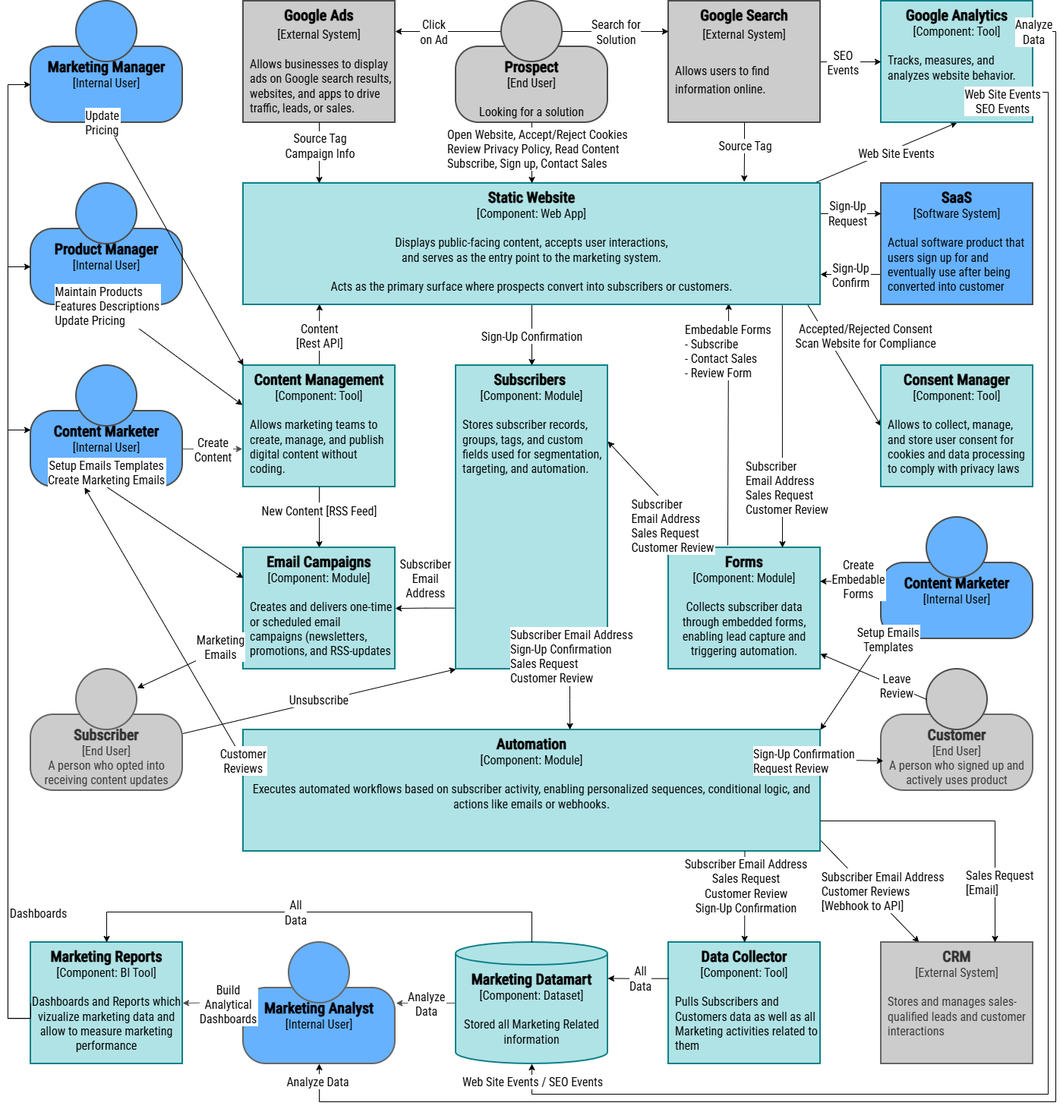
The draw.io diagram chapter-07/figure-7.12.drawio.png in software-architecture-guild/modeling-software-architecture, before a commit. Source tidied: cells renumbered, new cells last; positions are measured from the earlier drawing's top-left corner, leaving out a move shared by most shapes.
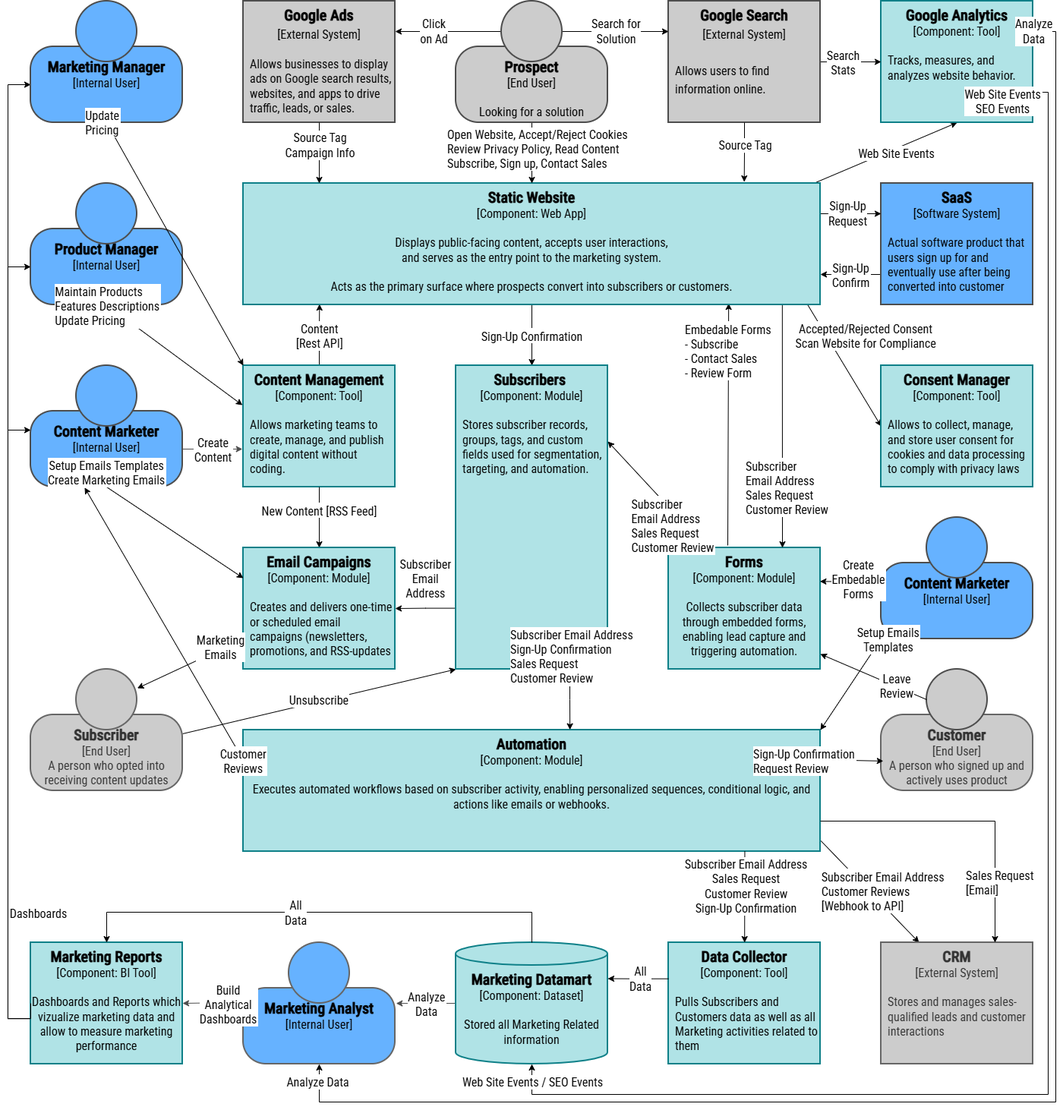
Above is the later version.

Commit message:
chapter 7: fixed google search

The edit, as a diff of the source:
```diff
@@ -103,7 +103,7 @@
     <mxCell id="28" style="shape=connector;rounded=0;jettySize=auto;html=1;strokeColor=#000000;align=center;verticalAlign=middle;fontFamily=IBM Plex Mono;fontSource=https%3A%2F%2Ffonts.googleapis.com%2Fcss%3Ffamily%3DIBM%2BPlex%2BMono;fontSize=11;fontColor=default;labelBackgroundColor=default;endArrow=classic;entryX=0;entryY=0.5;entryDx=0;entryDy=0;exitX=1;exitY=0.5;exitDx=0;exitDy=0;" parent="1" edge="1" source="95" target="21">
       <mxGeometry relative="1" as="geometry" />
     </mxCell>
-    <mxCell id="29" value="SEO&#10;Events" style="edgeLabel;align=center;verticalAlign=middle;fontFamily=Roboto Condensed;fontSource=https%3A%2F%2Ffonts.googleapis.com%2Fcss%3Ffamily%3DRoboto%2BCondensed;fontSize=16;fontColor=#000000;labelBackgroundColor=#FFFFFF;fillColor=none;gradientColor=none;fontStyle=0;" parent="28" vertex="1">
+    <mxCell id="29" value="Search&#10;Stats" style="edgeLabel;align=center;verticalAlign=middle;fontFamily=Roboto Condensed;fontSource=https%3A%2F%2Ffonts.googleapis.com%2Fcss%3Ffamily%3DRoboto%2BCondensed;fontSize=16;fontColor=#000000;labelBackgroundColor=#FFFFFF;fillColor=none;gradientColor=none;fontStyle=0;" parent="28" vertex="1">
       <mxGeometry x="-0.5" y="-1" relative="1" as="geometry">
         <mxPoint x="10" y="-1" as="offset" />
       </mxGeometry>
```
